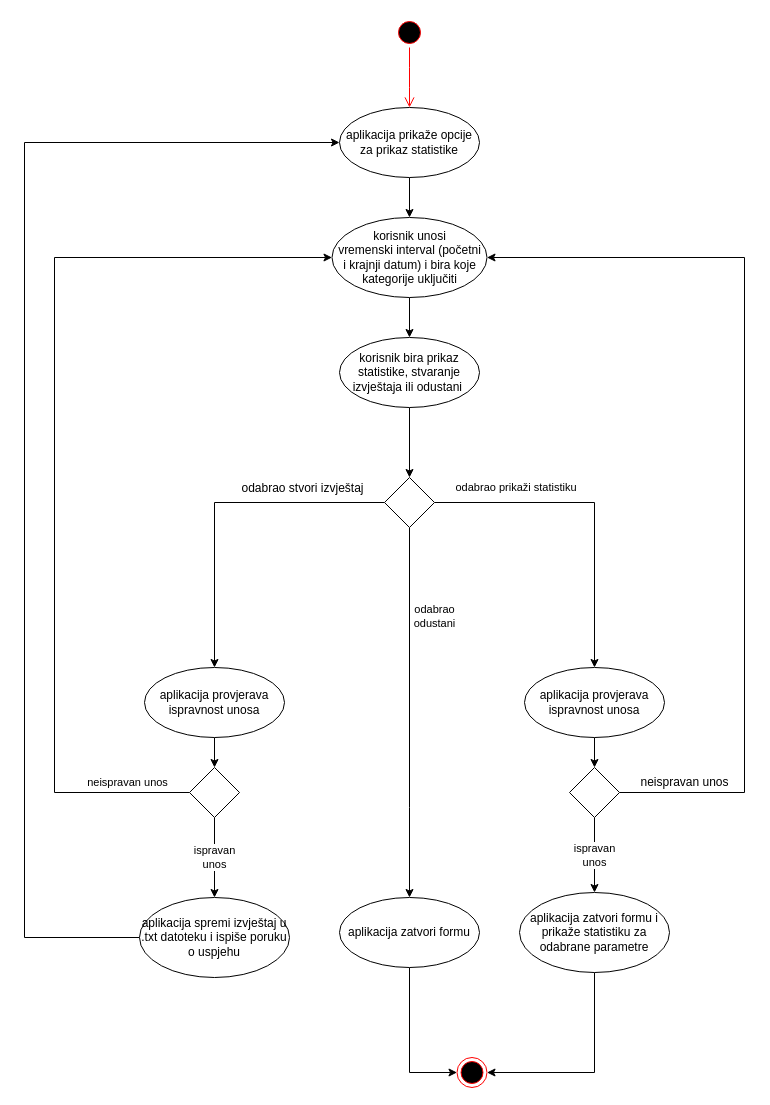
This is doc/aktivnosti_statistika.drawio from avucak/upi_20_budget, a draw.io file, before an edit. Source tidied: cells renumbered, new cells numbered last; positions are measured from the earlier drawing's top-left corner, leaving out a move shared by most shapes. Both pictures are drawn from the tidied source at 100%, with x=0, y=0 at pixel (24, 17).
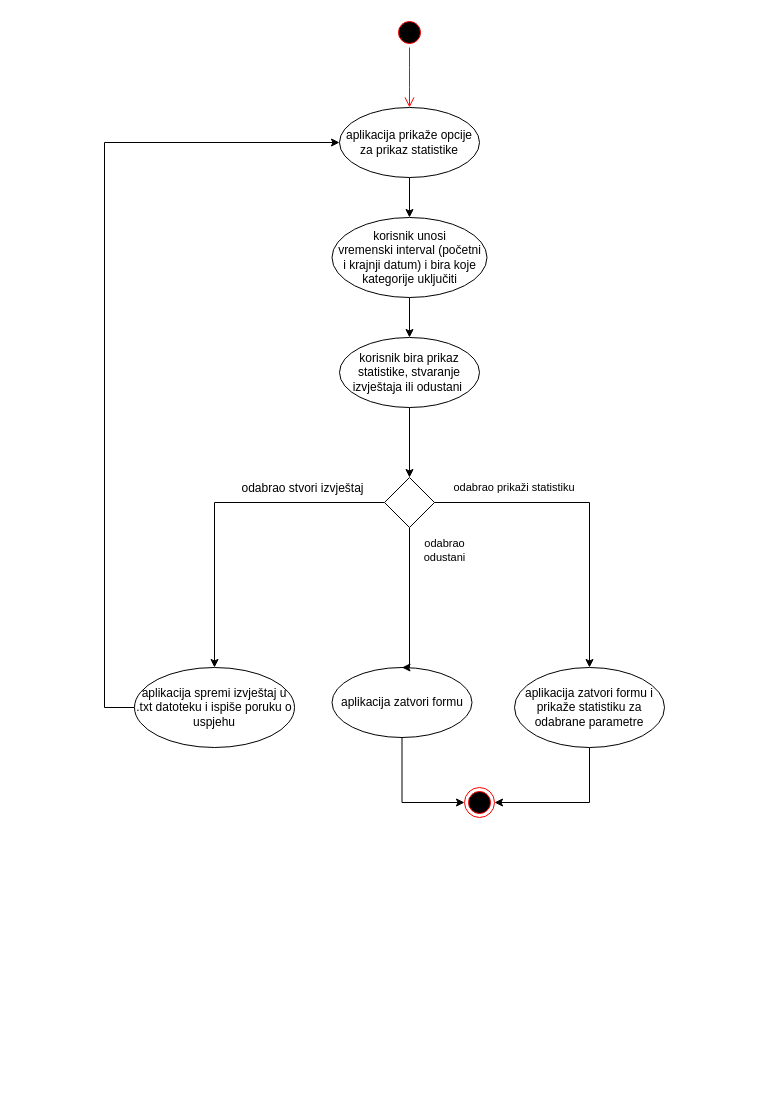
The same diagram, later.

Commit message:
promjena dijagrama statistike

The change refers to these unchanged cells:
```xml
<mxCell id="5" value="aplikacija prikaže opcije za prikaz statistike" style="ellipse;whiteSpace=wrap;html=1;" parent="1" vertex="1">
  <mxGeometry x="315" y="90" width="140" height="70" as="geometry" />
</mxCell>
<mxCell id="7" value="korisnik unosi &lt;br&gt;vremenski interval (početni &lt;br&gt;i krajnji datum) i bira koje &lt;br&gt;kategorije uključiti" style="ellipse;whiteSpace=wrap;html=1;" parent="1" vertex="1">
  <mxGeometry x="307.5" y="200" width="155" height="80" as="geometry" />
</mxCell>
<mxCell id="19" style="strokeWidth=1;html=1;shape=mxgraph.flowchart.decision;whiteSpace=wrap;" parent="1" vertex="1">
  <mxGeometry x="360" y="460" width="50" height="50" as="geometry" />
</mxCell>
```

What changed in the source:
```diff
@@
     <mxCell id="9" value="aplikacija zatvori formu i prikaže statistiku za odabrane parametre" style="ellipse;whiteSpace=wrap;html=1;" parent="1" vertex="1">
-      <mxGeometry x="495" y="875" width="150" height="80" as="geometry" />
+      <mxGeometry x="490" y="650" width="150" height="80" as="geometry" />
     </mxCell>
@@
     <mxCell id="11" value="aplikacija zatvori formu" style="ellipse;whiteSpace=wrap;html=1;" parent="1" vertex="1">
-      <mxGeometry x="315" y="880" width="140" height="70" as="geometry" />
+      <mxGeometry x="307.5" y="650" width="140" height="70" as="geometry" />
     </mxCell>
@@
-    <mxCell id="14" value="&amp;nbsp;odabrao prikaži statistiku" style="edgeStyle=orthogonalEdgeStyle;rounded=0;jettySize=auto;html=1;exitX=1;exitY=0.5;exitDx=0;exitDy=0;exitPerimeter=0;entryX=0.5;entryY=0;entryDx=0;entryDy=0;" parent="1" edge="1" source="19" target="22">
+    <mxCell id="14" value="&amp;nbsp;odabrao prikaži statistiku" style="edgeStyle=orthogonalEdgeStyle;rounded=0;jettySize=auto;html=1;exitX=1;exitY=0.5;exitDx=0;exitDy=0;exitPerimeter=0;" parent="1" edge="1" source="19" target="9">
       <mxGeometry x="-0.51" y="15" relative="1" as="geometry" />
     </mxCell>
     <mxCell id="15" value="odabrao&lt;br&gt;odustani" style="edgeStyle=orthogonalEdgeStyle;rounded=0;jettySize=auto;html=1;exitX=0.5;exitY=1;exitDx=0;exitDy=0;exitPerimeter=0;entryX=0.5;entryY=0;entryDx=0;entryDy=0;" parent="1" edge="1" source="19" target="11">
-      <mxGeometry x="0.51" y="192" relative="1" as="geometry">
+      <mxGeometry x="0.4" y="87" relative="1" as="geometry">
         <Array as="points">
-          <mxPoint x="385" y="790" />
-          <mxPoint x="385" y="790" />
+          <mxPoint x="385" y="650" />
+          <mxPoint x="385" y="650" />
         </Array>
-        <mxPoint x="-167" y="-190" as="offset" />
+        <mxPoint x="-52" y="-80" as="offset" />
       </mxGeometry>
     </mxCell>
-    <mxCell id="16" style="edgeStyle=orthogonalEdgeStyle;rounded=0;jettySize=auto;html=1;exitX=0;exitY=0.5;exitDx=0;exitDy=0;exitPerimeter=0;" parent="1" edge="1" source="19" target="31">
+    <mxCell id="16" style="edgeStyle=orthogonalEdgeStyle;rounded=0;jettySize=auto;html=1;exitX=0;exitY=0.5;exitDx=0;exitDy=0;exitPerimeter=0;entryX=0.5;entryY=0;entryDx=0;entryDy=0;" parent="1" edge="1" source="19" target="28">
       <mxGeometry relative="1" as="geometry" />
     </mxCell>
@@
     <mxCell id="20" style="ellipse;html=1;shape=endState;fillColor=#000000;strokeColor=#ff0000;" parent="1" vertex="1">
-      <mxGeometry x="432.5" y="1040" width="30" height="30" as="geometry" />
+      <mxGeometry x="440" y="770" width="30" height="30" as="geometry" />
     </mxCell>
-    <mxCell id="21" style="edgeStyle=orthogonalEdgeStyle;rounded=0;jettySize=auto;html=1;exitX=0.5;exitY=1;exitDx=0;exitDy=0;entryX=0.5;entryY=0;entryDx=0;entryDy=0;entryPerimeter=0;" parent="1" edge="1" source="22" target="25">
-      <mxGeometry relative="1" as="geometry" />
-    </mxCell>
-    <mxCell id="22" value="aplikacija provjerava ispravnost unosa" style="ellipse;whiteSpace=wrap;html=1;strokeWidth=1;" parent="1" vertex="1">
-      <mxGeometry x="500" y="650" width="140" height="70" as="geometry" />
-    </mxCell>
-    <mxCell id="23" value="ispravan &lt;br&gt;unos" style="edgeStyle=orthogonalEdgeStyle;rounded=0;jettySize=auto;html=1;exitX=0.5;exitY=1;exitDx=0;exitDy=0;exitPerimeter=0;entryX=0.5;entryY=0;entryDx=0;entryDy=0;" parent="1" edge="1" source="25" target="9">
-      <mxGeometry relative="1" as="geometry" />
-    </mxCell>
-    <mxCell id="24" style="edgeStyle=orthogonalEdgeStyle;rounded=0;jettySize=auto;html=1;exitX=1;exitY=0.5;exitDx=0;exitDy=0;exitPerimeter=0;entryX=1;entryY=0.5;entryDx=0;entryDy=0;" parent="1" edge="1" source="25" target="7">
-      <mxGeometry relative="1" as="geometry">
-        <Array as="points">
-          <mxPoint x="720" y="775" />
-          <mxPoint x="720" y="240" />
-        </Array>
-      </mxGeometry>
-    </mxCell>
-    <mxCell id="25" style="strokeWidth=1;html=1;shape=mxgraph.flowchart.decision;whiteSpace=wrap;" parent="1" vertex="1">
-      <mxGeometry x="545" y="750" width="50" height="50" as="geometry" />
-    </mxCell>
-    <mxCell id="26" value="neispravan unos" style="text;html=1;align=center;verticalAlign=middle;" parent="1" vertex="1">
-      <mxGeometry x="610" y="755" width="100" height="20" as="geometry" />
-    </mxCell>
     <mxCell id="27" style="edgeStyle=orthogonalEdgeStyle;rounded=0;jettySize=auto;html=1;exitX=0;exitY=0.5;exitDx=0;exitDy=0;entryX=0;entryY=0.5;entryDx=0;entryDy=0;" parent="1" edge="1" source="28" target="5">
       <mxGeometry relative="1" as="geometry">
         <Array as="points">
-          <mxPoint y="920" />
-          <mxPoint y="125" />
+          <mxPoint x="80" y="690" />
+          <mxPoint x="80" y="125" />
         </Array>
       </mxGeometry>
     </mxCell>
     <mxCell id="28" value="aplikacija spremi izvještaj u .txt datoteku i ispiše poruku o uspjehu" style="ellipse;whiteSpace=wrap;html=1;" parent="1" vertex="1">
-      <mxGeometry x="115" y="880" width="150" height="80" as="geometry" />
+      <mxGeometry x="110" y="650" width="160" height="80" as="geometry" />
     </mxCell>
-    <mxCell id="29" style="edgeStyle=orthogonalEdgeStyle;rounded=0;jettySize=auto;html=1;exitX=0.5;exitY=1;exitDx=0;exitDy=0;entryX=0.5;entryY=0;entryDx=0;entryDy=0;entryPerimeter=0;" parent="1" edge="1" source="31" target="33">
-      <mxGeometry relative="1" as="geometry" />
-    </mxCell>
-    <mxCell id="30" value="neispravan unos" style="edgeStyle=orthogonalEdgeStyle;rounded=0;jettySize=auto;html=1;entryX=0;entryY=0.5;entryDx=0;entryDy=0;exitX=0;exitY=0.5;exitDx=0;exitDy=0;exitPerimeter=0;" parent="1" edge="1" source="33" target="7">
-      <mxGeometry x="-0.87" y="-10" relative="1" as="geometry">
-        <Array as="points">
-          <mxPoint x="30" y="775" />
-          <mxPoint x="30" y="240" />
-        </Array>
-      </mxGeometry>
-    </mxCell>
-    <mxCell id="31" value="aplikacija provjerava ispravnost unosa" style="ellipse;whiteSpace=wrap;html=1;strokeWidth=1;" parent="1" vertex="1">
-      <mxGeometry x="120" y="650" width="140" height="70" as="geometry" />
-    </mxCell>
-    <mxCell id="32" value="ispravan &lt;br&gt;unos" style="edgeStyle=orthogonalEdgeStyle;rounded=0;jettySize=auto;html=1;exitX=0.5;exitY=1;exitDx=0;exitDy=0;exitPerimeter=0;entryX=0.5;entryY=0;entryDx=0;entryDy=0;" parent="1" edge="1" source="33" target="28">
-      <mxGeometry relative="1" as="geometry" />
-    </mxCell>
-    <mxCell id="33" style="strokeWidth=1;html=1;shape=mxgraph.flowchart.decision;whiteSpace=wrap;" parent="1" vertex="1">
-      <mxGeometry x="165" y="750" width="50" height="50" as="geometry" />
-    </mxCell>
```
